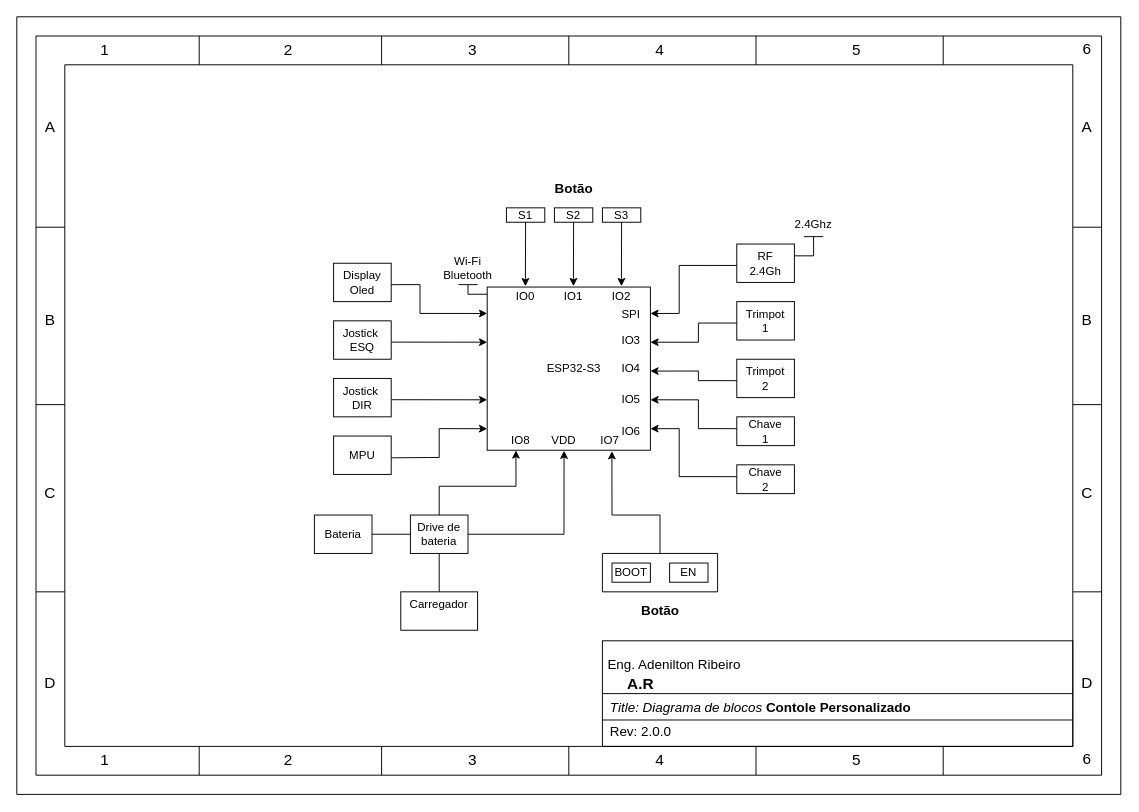
The draw.io diagram Hardware/SCHEMATIC/diagrama.drawio in AdeniltonR/Controle-personalizado, before the edit. Source tidied: cells renumbered, new cells numbered last; positions are measured from the earlier drawing's top-left corner, leaving out a move shared by most shapes. Both pictures are drawn from the tidied source at 96%, with x=0, y=0 at pixel (16, 16).
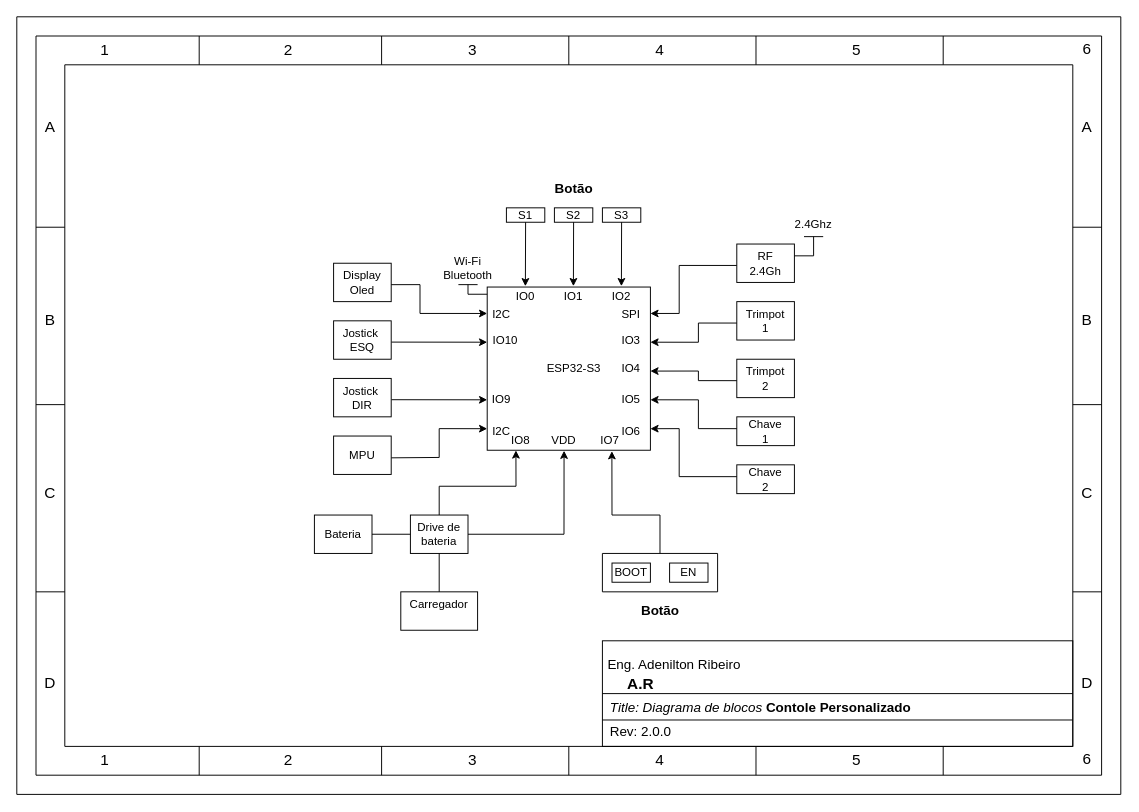
The same page after the edit.

Commit message:
feat: Concluído diagrama de blocos do Hardware.

What changed in the source:
```diff
@@
+    <mxCell id="145" value="&lt;font style=&quot;&quot;&gt;I2C&lt;br&gt;&lt;/font&gt;" style="text;html=1;strokeColor=none;fillColor=none;align=center;verticalAlign=middle;whiteSpace=wrap;rounded=0;rotation=0;" parent="1" vertex="1">
+      <mxGeometry x="490" y="426.7" width="30" height="10" as="geometry" />
+    </mxCell>
+    <mxCell id="146" value="&lt;font style=&quot;&quot;&gt;IO9&lt;br&gt;&lt;/font&gt;" style="text;html=1;strokeColor=none;fillColor=none;align=center;verticalAlign=middle;whiteSpace=wrap;rounded=0;rotation=0;" parent="1" vertex="1">
+      <mxGeometry x="490" y="394" width="30" height="10" as="geometry" />
+    </mxCell>
+    <mxCell id="147" value="&lt;font style=&quot;&quot;&gt;IO10&lt;br&gt;&lt;/font&gt;" style="text;html=1;strokeColor=none;fillColor=none;align=center;verticalAlign=middle;whiteSpace=wrap;rounded=0;rotation=0;" parent="1" vertex="1">
+      <mxGeometry x="490" y="331.7" width="37.5" height="10" as="geometry" />
+    </mxCell>
+    <mxCell id="148" value="&lt;font style=&quot;&quot;&gt;I2C&lt;br&gt;&lt;/font&gt;" style="text;html=1;strokeColor=none;fillColor=none;align=center;verticalAlign=middle;whiteSpace=wrap;rounded=0;rotation=0;" parent="1" vertex="1">
+      <mxGeometry x="490" y="305.4" width="30" height="10" as="geometry" />
+    </mxCell>
```
